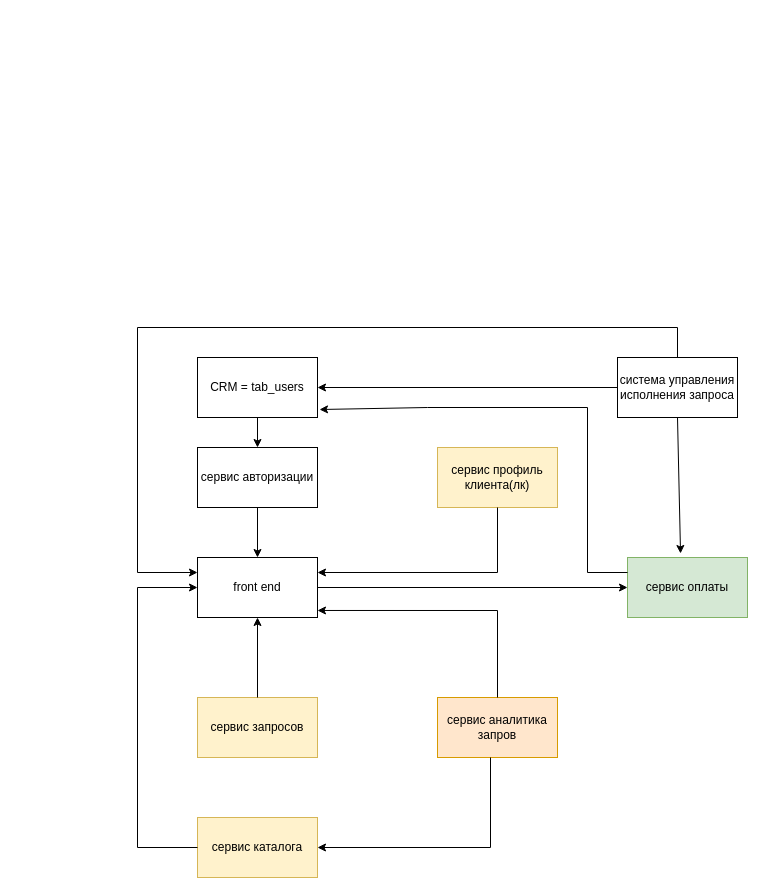
This is page "Страница 1" (1 of 2) of диаграмма специальных имен.drawio from emauter/GB_mysql, a draw.io file, before an edit. Source tidied: cells renumbered, new cells numbered last; positions are measured from the earlier drawing's top-left corner, leaving out a move shared by most shapes. Both pictures are drawn from the tidied source at 100%, with x=0, y=0 at pixel (137, 327).
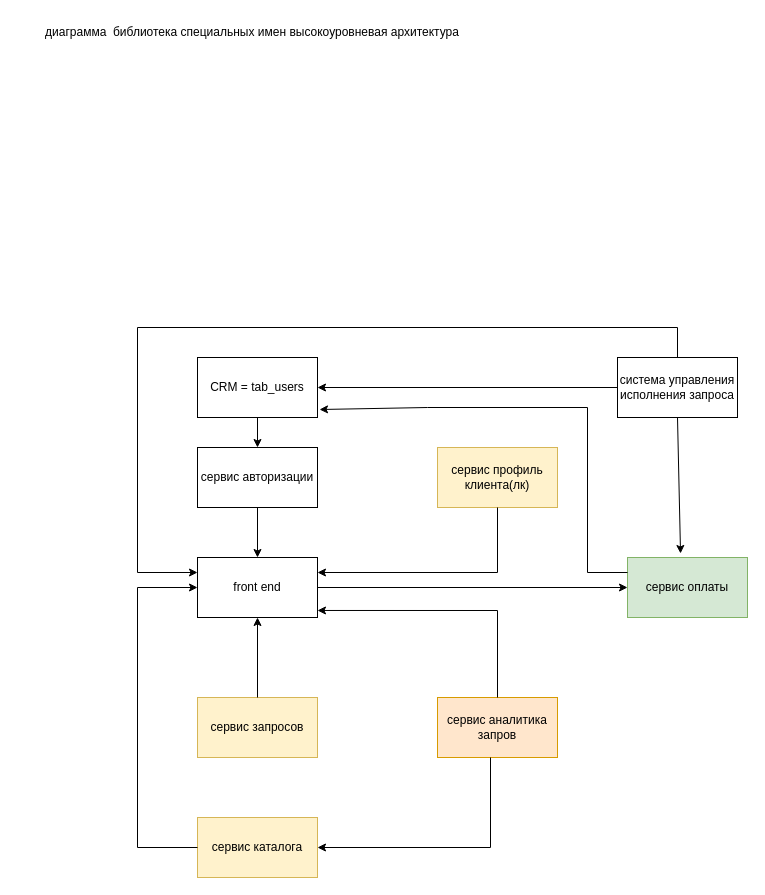
Above is the later version.

Change to the diagram source:
```diff
@@
+    <mxCell id="23" value="диаграмма&amp;nbsp; библиотека специальных имен высокоуровневая архитектура&lt;br&gt;" style="text;html=1;strokeColor=none;fillColor=none;align=center;verticalAlign=middle;whiteSpace=wrap;rounded=0;" parent="1" vertex="1">
+      <mxGeometry x="-120" y="-310" width="470" height="30" as="geometry" />
+    </mxCell>
```
